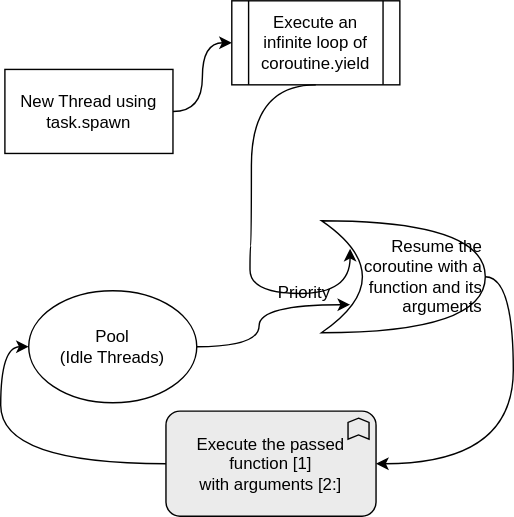
Earlier version of the draw.io export Threads/Concept.svg (BhaskarPanja93/BhariyaRoblox). Source tidied: cells renumbered, new cells last; positions are measured from the earlier drawing's top-left corner, leaving out a move shared by most shapes.
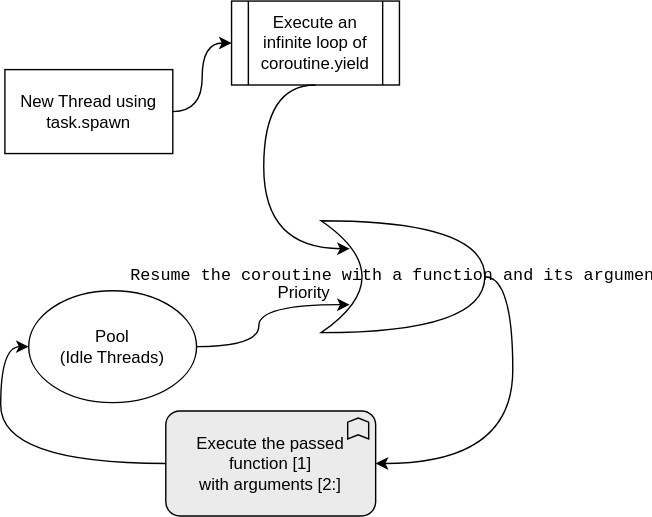
Later version of the same file.

The edit, as a diff of the source:
```diff
@@ -8,7 +8,7 @@
     <mxCell id="3" value="New Thread using&lt;br&gt;task.spawn" style="rounded=0;whiteSpace=wrap;html=1;" parent="1" vertex="1">
       <mxGeometry y="49" width="120" height="60" as="geometry" />
     </mxCell>
-    <mxCell id="4" value="&lt;div style=&quot;&quot;&gt;&lt;span style=&quot;background-color: initial;&quot;&gt;Resume the coroutine with a function and its arguments&lt;/span&gt;&lt;/div&gt;" style="shape=xor;whiteSpace=wrap;html=1;align=right;" parent="1" vertex="1">
+    <mxCell id="4" value="&lt;pre style=&quot;&quot;&gt;&lt;span style=&quot;background-color: initial;&quot;&gt;Resume the coroutine with a function and its arguments&lt;/span&gt;&lt;/pre&gt;&lt;div style=&quot;&quot;&gt;&lt;/div&gt;" style="shape=xor;whiteSpace=wrap;html=1;align=center;fillStyle=auto;" parent="1" vertex="1">
       <mxGeometry x="226" y="157" width="117" height="80" as="geometry" />
     </mxCell>
     <mxCell id="5" style="edgeStyle=orthogonalEdgeStyle;rounded=0;jettySize=auto;html=1;exitX=0;exitY=0.5;exitDx=0;exitDy=0;exitPerimeter=0;entryX=0;entryY=0.5;entryDx=0;entryDy=0;curved=1;" parent="1" edge="1" source="6" target="9">
@@ -35,10 +35,8 @@
     <mxCell id="12" style="edgeStyle=orthogonalEdgeStyle;rounded=0;jettySize=auto;html=1;exitX=0.5;exitY=1;exitDx=0;exitDy=0;entryX=0.175;entryY=0.25;entryDx=0;entryDy=0;entryPerimeter=0;curved=1;" parent="1" edge="1" source="8" target="4">
       <mxGeometry relative="1" as="geometry">
         <Array as="points">
-          <mxPoint x="176" y="60" />
-          <mxPoint x="176" y="175" />
-          <mxPoint x="175" y="209" />
-          <mxPoint x="247" y="209" />
+          <mxPoint x="185" y="60" />
+          <mxPoint x="185" y="177" />
         </Array>
       </mxGeometry>
     </mxCell>
```
